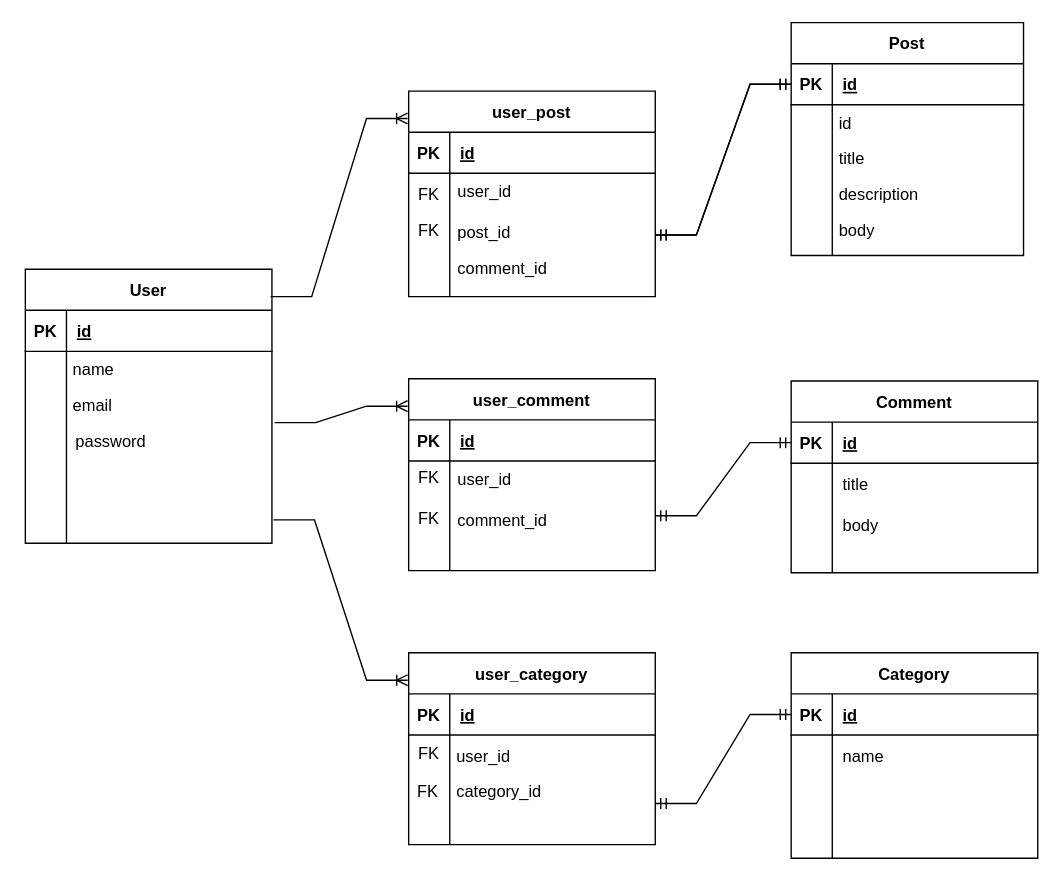
The draw.io diagram Draw-io/WebApp-Draw-io (4).drawio in y2-SW-project/sw-project-ca1-Stephen-Gordon, before the edit. Source tidied: cells renumbered, new cells numbered last; positions are measured from the earlier drawing's top-left corner, leaving out a move shared by most shapes. Both pictures are drawn from the tidied source at 137%, with x=0, y=0 at pixel (22, 22).
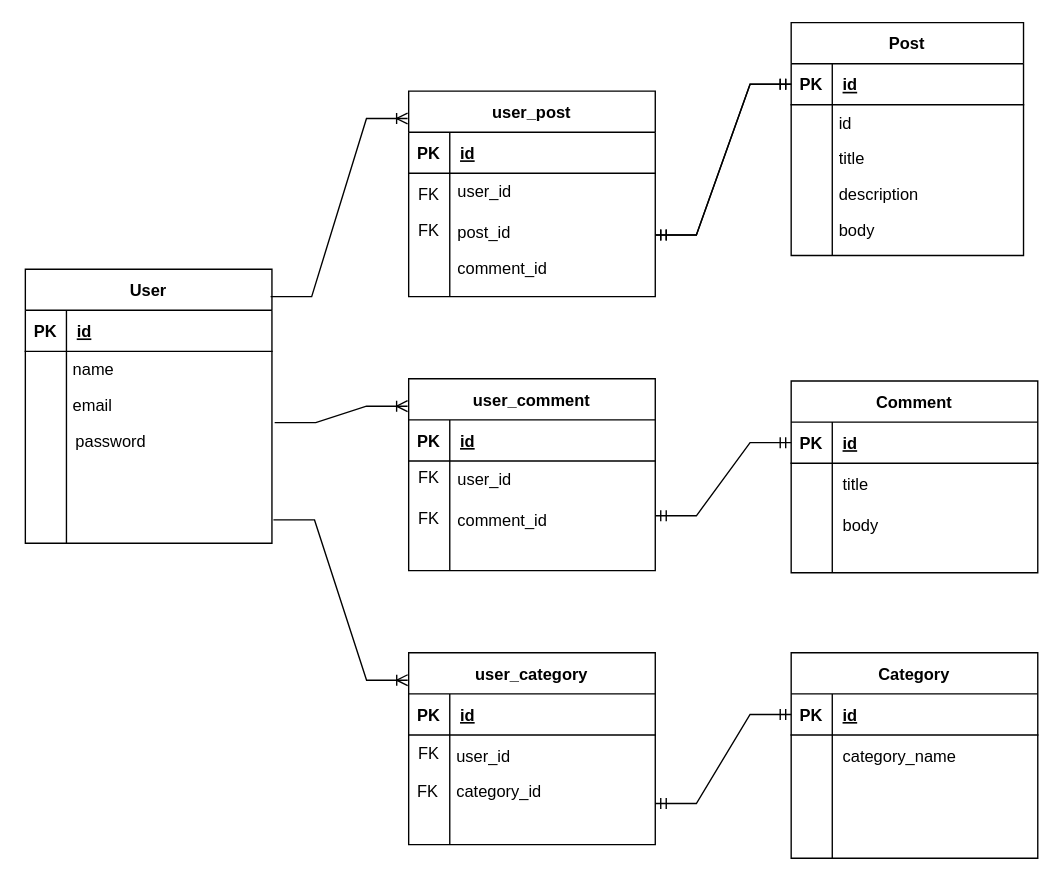
After the change.

Unchanged cells that the change refers to:
```xml
<mxCell id="42" style="shape=tableRow;horizontal=0;startSize=0;swimlaneHead=0;swimlaneBody=0;fillColor=none;top=0;left=0;right=0;bottom=0;" parent="38" vertex="1">
  <mxGeometry y="60" width="180" height="30" as="geometry" />
</mxCell>
```

Change to the diagram source:
```diff
@@
-    <mxCell id="44" value="name" style="shape=partialRectangle;fillColor=none;top=0;left=0;bottom=0;right=0;align=left;spacingLeft=6;overflow=hidden;" parent="42" vertex="1">
+    <mxCell id="44" value="category_name" style="shape=partialRectangle;fillColor=none;top=0;left=0;bottom=0;right=0;align=left;spacingLeft=6;overflow=hidden;" parent="42" vertex="1">
       <mxGeometry x="30" width="150" height="30" as="geometry" />
     </mxCell>
```
